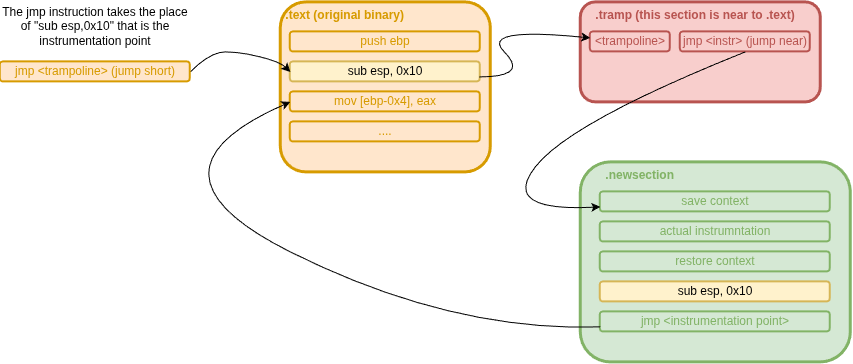
This is tesi/Images/trampolineInstrumentation.png from sk0x53/Tesi, a draw.io export, as it was before one commit. Source tidied: cells renumbered, new cells last; positions are measured from the earlier drawing's top-left corner, leaving out a move shared by most shapes.
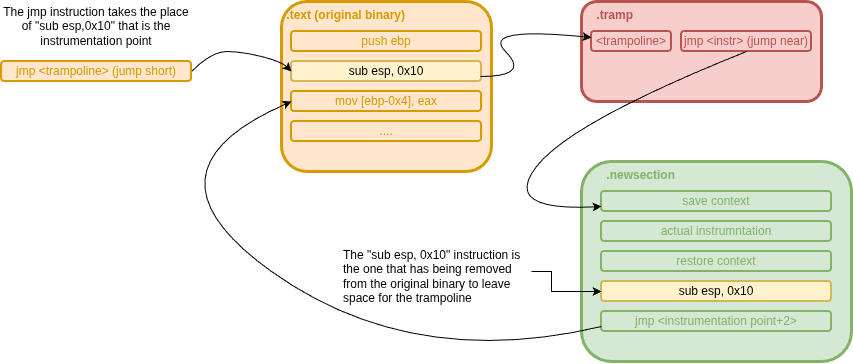
Above is the later version.

What changed in the source:
```diff
@@ -33,7 +33,7 @@
     <mxCell id="9" value="The jmp instruction takes the place of &quot;sub esp,0x10&quot; that is the instrumentation point" style="text;html=1;whiteSpace=wrap;strokeColor=none;fillColor=none;align=center;verticalAlign=middle;rounded=0;" parent="1" vertex="1">
       <mxGeometry width="190" height="50" as="geometry" />
     </mxCell>
-    <mxCell id="10" value="&amp;nbsp; &amp;nbsp; .tramp (this section is near to .text)" style="rounded=1;whiteSpace=wrap;html=1;fillColor=#f8cecc;strokeColor=#B85450;strokeWidth=3;fontColor=#B85450;fontStyle=1;align=left;verticalAlign=top;" parent="1" vertex="1">
+    <mxCell id="10" value="&amp;nbsp; &amp;nbsp; .tramp&amp;nbsp;" style="rounded=1;whiteSpace=wrap;html=1;fillColor=#f8cecc;strokeColor=#B85450;strokeWidth=3;fontColor=#B85450;fontStyle=1;align=left;verticalAlign=top;" parent="1" vertex="1">
       <mxGeometry x="580" width="240" height="100" as="geometry" />
     </mxCell>
     <mxCell id="11" value="&amp;lt;trampoline&amp;gt;" style="rounded=1;whiteSpace=wrap;html=1;fillColor=#f8cecc;strokeColor=#B85450;strokeWidth=2;fontColor=#B85450;fontStyle=0;align=center;verticalAlign=middle;" parent="1" vertex="1">
@@ -66,7 +66,7 @@
     <mxCell id="18" value="sub esp, 0x10" style="rounded=1;whiteSpace=wrap;html=1;fillColor=#fff2cc;strokeColor=#d6b656;strokeWidth=2;" parent="1" vertex="1">
       <mxGeometry x="600" y="280" width="230" height="20" as="geometry" />
     </mxCell>
-    <mxCell id="19" value="jmp &amp;lt;instrumentation point&amp;gt;" style="rounded=1;whiteSpace=wrap;html=1;fillColor=#d5e8d4;strokeColor=#82B366;strokeWidth=2;fontColor=#82B366;align=center;fontStyle=0;verticalAlign=middle;" parent="1" vertex="1">
+    <mxCell id="19" value="jmp &amp;lt;instrumentation point+2&amp;gt;" style="rounded=1;whiteSpace=wrap;html=1;fillColor=#d5e8d4;strokeColor=#82B366;strokeWidth=2;fontColor=#82B366;align=center;fontStyle=0;verticalAlign=middle;" parent="1" vertex="1">
       <mxGeometry x="600" y="310" width="230" height="20" as="geometry" />
     </mxCell>
     <mxCell id="20" style="curved=1;endArrow=classic;html=1;rounded=0;exitX=0.5;exitY=1;exitDx=0;exitDy=0;entryX=0;entryY=0.75;entryDx=0;entryDy=0;" parent="1" edge="1" source="12" target="15">
@@ -80,10 +80,21 @@
     <mxCell id="21" style="curved=1;endArrow=classic;html=1;rounded=0;exitX=0;exitY=0.75;exitDx=0;exitDy=0;entryX=0;entryY=0.5;entryDx=0;entryDy=0;" parent="1" edge="1" source="19" target="5">
       <mxGeometry relative="1" as="geometry">
         <Array as="points">
-          <mxPoint x="450" y="330" />
+          <mxPoint x="410" y="370" />
           <mxPoint x="130" y="170" />
         </Array>
       </mxGeometry>
     </mxCell>
+    <mxCell id="22" value="The &quot;sub esp, 0x10&quot; instruction is the one that has being removed from the original binary to leave space for the trampoline" style="text;html=1;whiteSpace=wrap;strokeColor=none;fillColor=none;align=left;verticalAlign=top;rounded=0;" parent="1" vertex="1">
+      <mxGeometry x="340" y="240" width="190" height="60" as="geometry" />
+    </mxCell>
+    <mxCell id="23" style="endArrow=classic;html=1;rounded=0;entryX=0;entryY=0.5;entryDx=0;entryDy=0;exitX=1;exitY=0.5;exitDx=0;exitDy=0;" parent="1" edge="1" source="22" target="18">
+      <mxGeometry relative="1" as="geometry">
+        <Array as="points">
+          <mxPoint x="550" y="270" />
+          <mxPoint x="550" y="290" />
+        </Array>
+      </mxGeometry>
+    </mxCell>
   </root>
 </mxGraphModel>
```
